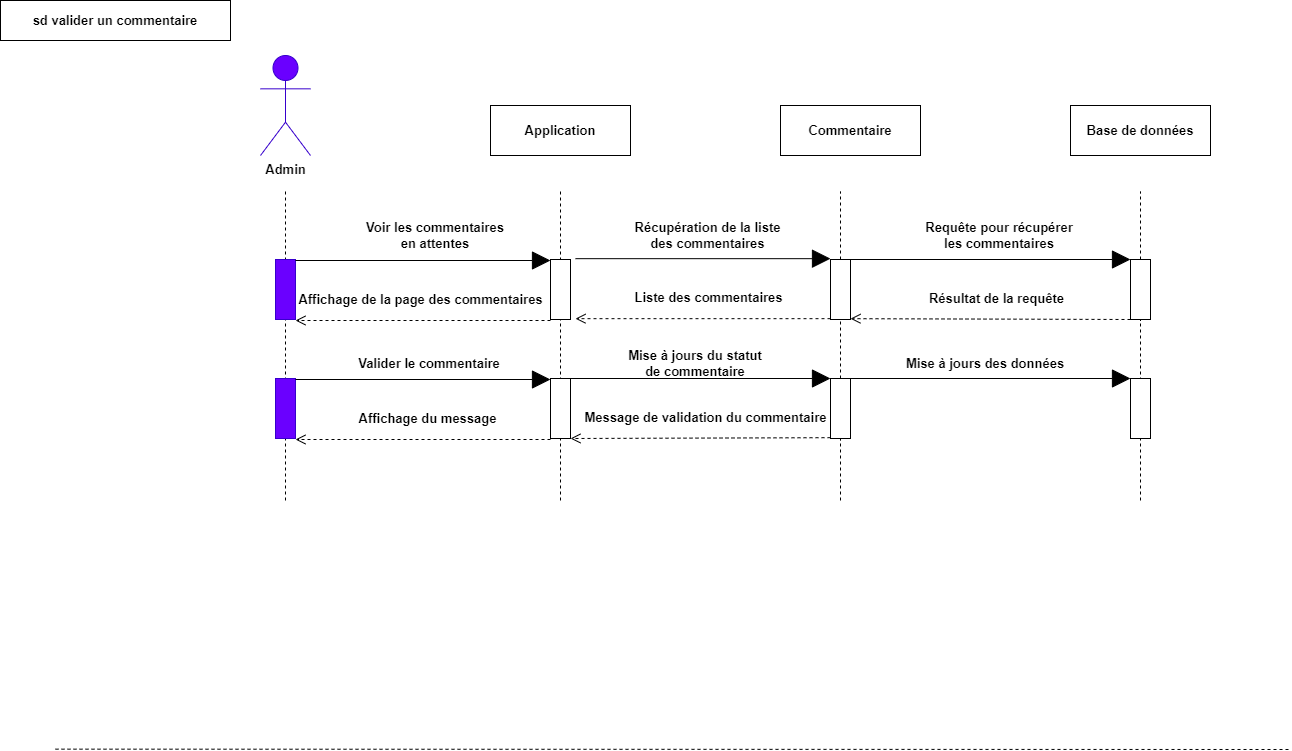
maxADev/Blog keeps this draw.io diagram as Diagrammes UML/Diagramme de sequence valider un commentaire.png. Above is the earlier version. Source tidied: cells renumbered, new cells last; positions are measured from the earlier drawing's top-left corner, leaving out a move shared by most shapes.
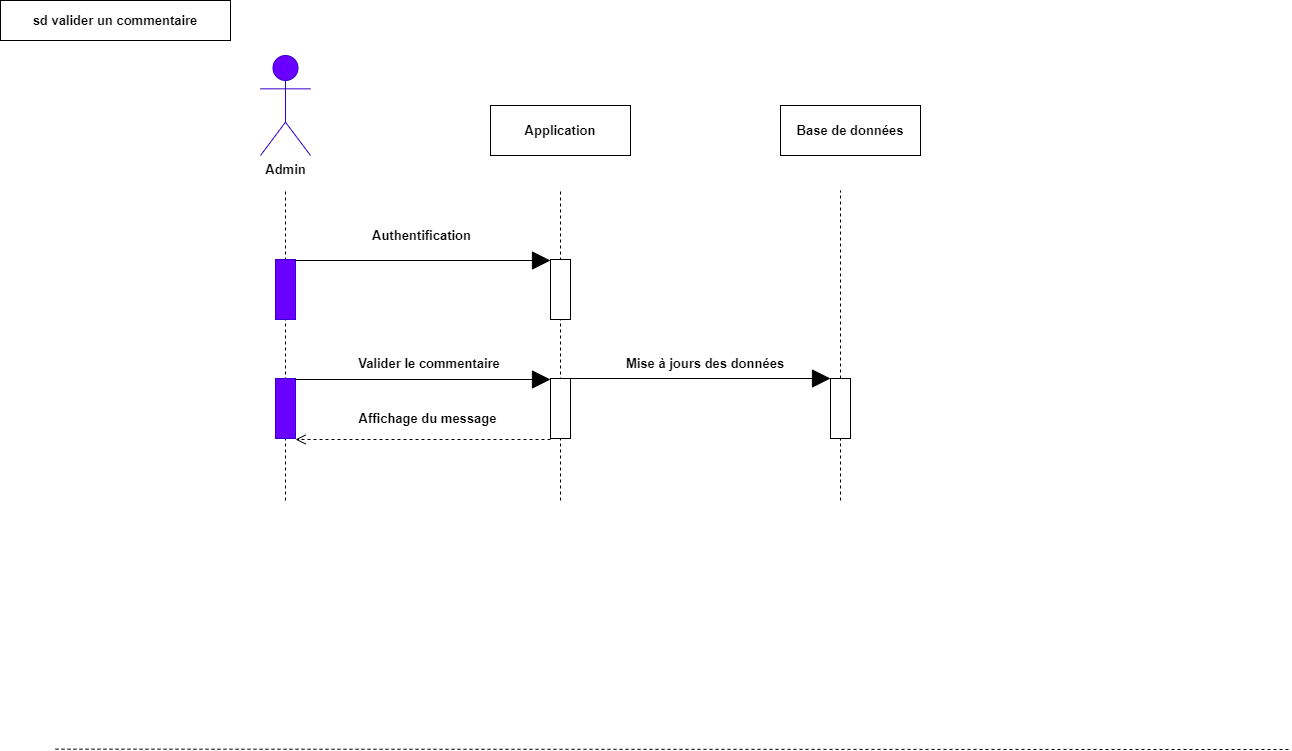
Later version of the same file.

What changed in the source:
```diff
@@ -2,21 +2,6 @@
   <root>
     <mxCell id="0" />
     <mxCell id="1" parent="0" />
-    <mxCell id="2" style="endArrow=none;dashed=1;html=1;rounded=0;" parent="1" edge="1" target="35">
-      <mxGeometry relative="1" as="geometry">
-        <mxPoint x="1140" y="500" as="sourcePoint" />
-      </mxGeometry>
-    </mxCell>
-    <mxCell id="3" style="endArrow=none;dashed=1;html=1;rounded=0;fontSize=13;" parent="1" edge="1" source="35">
-      <mxGeometry relative="1" as="geometry">
-        <mxPoint x="1140" y="191" as="targetPoint" />
-      </mxGeometry>
-    </mxCell>
-    <mxCell id="4" style="endArrow=none;dashed=1;html=1;rounded=0;fontSize=13;" parent="1" edge="1" source="31">
-      <mxGeometry relative="1" as="geometry">
-        <mxPoint x="840" y="191" as="targetPoint" />
-      </mxGeometry>
-    </mxCell>
     <mxCell id="5" style="endArrow=none;dashed=1;html=1;rounded=0;" parent="1" edge="1">
       <mxGeometry relative="1" as="geometry">
         <mxPoint x="560" y="500" as="sourcePoint" />
@@ -41,12 +26,9 @@
     <mxCell id="10" value="Application" style="html=1;whiteSpace=wrap;fontSize=13;fontStyle=1;" parent="1" vertex="1">
       <mxGeometry x="490" y="105" width="140" height="50" as="geometry" />
     </mxCell>
-    <mxCell id="11" value="Commentaire" style="html=1;whiteSpace=wrap;fontSize=13;fontStyle=1;" parent="1" vertex="1">
+    <mxCell id="11" value="Base de données" style="html=1;whiteSpace=wrap;fontSize=13;fontStyle=1;" parent="1" vertex="1">
       <mxGeometry x="780" y="105" width="140" height="50" as="geometry" />
     </mxCell>
-    <mxCell id="12" value="Base de données" style="html=1;whiteSpace=wrap;fontSize=13;fontStyle=1;" parent="1" vertex="1">
-      <mxGeometry x="1070" y="105" width="140" height="50" as="geometry" />
-    </mxCell>
     <mxCell id="13" style="endArrow=block;endSize=16;endFill=1;html=1;rounded=0;entryX=0;entryY=0;entryDx=0;entryDy=0;fontSize=13;fontStyle=1;" parent="1" edge="1">
       <mxGeometry x="0.12" y="70" relative="1" as="geometry">
         <mxPoint x="295" y="379" as="sourcePoint" />
@@ -65,32 +47,6 @@
         <mxPoint x="295" y="439" as="targetPoint" />
       </mxGeometry>
     </mxCell>
-    <mxCell id="17" style="endArrow=block;endSize=16;endFill=1;html=1;rounded=0;entryX=0;entryY=0;entryDx=0;entryDy=0;fontSize=13;fontStyle=1;" parent="1" edge="1" target="39">
-      <mxGeometry x="0.12" y="70" relative="1" as="geometry">
-        <mxPoint x="567.5" y="378" as="sourcePoint" />
-      </mxGeometry>
-    </mxCell>
-    <mxCell id="18" value="Mise à jours du statut de commentaire" style="text;html=1;strokeColor=none;fillColor=none;align=center;verticalAlign=middle;whiteSpace=wrap;rounded=0;fontSize=13;fontStyle=1;" parent="1" vertex="1">
-      <mxGeometry x="620" y="348" width="150" height="30" as="geometry" />
-    </mxCell>
-    <mxCell id="19" style="rounded=0;whiteSpace=wrap;html=1;fontSize=13;fontStyle=1;" parent="1" vertex="1">
-      <mxGeometry x="1130" y="378" width="20" height="60" as="geometry" />
-    </mxCell>
-    <mxCell id="20" style="endArrow=block;endSize=16;endFill=1;html=1;rounded=0;entryX=0;entryY=0;entryDx=0;entryDy=0;fontSize=13;fontStyle=1;" parent="1" edge="1">
-      <mxGeometry x="0.12" y="70" relative="1" as="geometry">
-        <mxPoint x="850" y="378" as="sourcePoint" />
-        <mxPoint x="1130" y="378" as="targetPoint" />
-      </mxGeometry>
-    </mxCell>
-    <mxCell id="21" value="Mise à jours des données" style="text;html=1;strokeColor=none;fillColor=none;align=center;verticalAlign=middle;whiteSpace=wrap;rounded=0;fontSize=13;fontStyle=1;" parent="1" vertex="1">
-      <mxGeometry x="900" y="348" width="170" height="30" as="geometry" />
-    </mxCell>
-    <mxCell id="22" value="Message de validation du commentaire" style="html=1;verticalAlign=bottom;endArrow=open;dashed=1;endSize=8;curved=0;rounded=0;exitX=0;exitY=1;exitDx=0;exitDy=0;fontSize=13;fontStyle=1;entryX=1;entryY=1;entryDx=0;entryDy=0;" parent="1" edge="1">
-      <mxGeometry x="-0.04" y="-10" relative="1" as="geometry">
-        <mxPoint x="830" y="437.2" as="sourcePoint" />
-        <mxPoint x="570" y="438" as="targetPoint" />
-      </mxGeometry>
-    </mxCell>
     <mxCell id="23" style="endArrow=none;dashed=1;html=1;rounded=0;entryX=1;entryY=0.5;entryDx=0;entryDy=0;fontSize=13;fontStyle=1;" parent="1" edge="1">
       <mxGeometry relative="1" as="geometry">
         <mxPoint x="55" y="748.7" as="sourcePoint" />
@@ -100,61 +56,14 @@
     <mxCell id="24" style="rounded=0;whiteSpace=wrap;html=1;fontSize=13;fontStyle=1;fillColor=#6a00ff;fontColor=#ffffff;strokeColor=#3700CC;" parent="1" vertex="1">
       <mxGeometry x="275" y="259" width="20" height="60" as="geometry" />
     </mxCell>
-    <mxCell id="25" style="endArrow=block;endSize=16;endFill=1;html=1;rounded=0;entryX=0;entryY=0;entryDx=0;entryDy=0;fontSize=13;fontStyle=1;" parent="1" edge="1">
-      <mxGeometry x="0.12" y="70" relative="1" as="geometry">
-        <mxPoint x="295" y="260" as="sourcePoint" />
-        <mxPoint x="550" y="260" as="targetPoint" />
-      </mxGeometry>
-    </mxCell>
     <mxCell id="26" style="rounded=0;whiteSpace=wrap;html=1;fontSize=13;fontStyle=1;" parent="1" vertex="1">
       <mxGeometry x="550" y="259" width="20" height="60" as="geometry" />
     </mxCell>
-    <mxCell id="27" value="Voir les commentaires en attentes" style="text;html=1;strokeColor=none;fillColor=none;align=center;verticalAlign=middle;whiteSpace=wrap;rounded=0;fontSize=13;fontStyle=1;" parent="1" vertex="1">
-      <mxGeometry x="360" y="220" width="150" height="30" as="geometry" />
-    </mxCell>
-    <mxCell id="28" value="Affichage de la page des commentaires" style="html=1;verticalAlign=bottom;endArrow=open;dashed=1;endSize=8;curved=0;rounded=0;exitX=0;exitY=1;exitDx=0;exitDy=0;fontSize=13;fontStyle=1;entryX=1;entryY=1;entryDx=0;entryDy=0;" parent="1" edge="1">
-      <mxGeometry x="0.02" y="-10" relative="1" as="geometry">
-        <mxPoint x="550" y="320" as="sourcePoint" />
-        <mxPoint x="295" y="320" as="targetPoint" />
-      </mxGeometry>
-    </mxCell>
-    <mxCell id="29" style="endArrow=block;endSize=16;endFill=1;html=1;rounded=0;entryX=0;entryY=0;entryDx=0;entryDy=0;fontSize=13;fontStyle=1;" parent="1" edge="1">
-      <mxGeometry x="0.12" y="70" relative="1" as="geometry">
-        <mxPoint x="575" y="258.2" as="sourcePoint" />
-        <mxPoint x="830" y="258.2" as="targetPoint" />
-      </mxGeometry>
-    </mxCell>
-    <mxCell id="30" style="endArrow=none;dashed=1;html=1;rounded=0;" parent="1" edge="1" source="39" target="31">
-      <mxGeometry relative="1" as="geometry" />
+    <mxCell id="30" style="endArrow=none;dashed=1;html=1;rounded=0;" parent="1" edge="1" source="39">
+      <mxGeometry relative="1" as="geometry">
+        <mxPoint x="840" y="190" as="targetPoint" />
+      </mxGeometry>
     </mxCell>
-    <mxCell id="31" style="rounded=0;whiteSpace=wrap;html=1;fontSize=13;fontStyle=1;" parent="1" vertex="1">
-      <mxGeometry x="830" y="259" width="20" height="60" as="geometry" />
-    </mxCell>
-    <mxCell id="32" value="Récupération de la liste des commentaires" style="text;html=1;strokeColor=none;fillColor=none;align=center;verticalAlign=middle;whiteSpace=wrap;rounded=0;fontSize=13;fontStyle=1;" parent="1" vertex="1">
-      <mxGeometry x="630" y="220" width="155" height="30" as="geometry" />
-    </mxCell>
-    <mxCell id="33" style="endArrow=block;endSize=16;endFill=1;html=1;rounded=0;entryX=0;entryY=0;entryDx=0;entryDy=0;fontSize=13;fontStyle=1;" parent="1" edge="1" target="35">
-      <mxGeometry x="0.12" y="70" relative="1" as="geometry">
-        <mxPoint x="850" y="259" as="sourcePoint" />
-      </mxGeometry>
-    </mxCell>
-    <mxCell id="34" value="Résultat de la requête" style="html=1;verticalAlign=bottom;endArrow=open;dashed=1;endSize=8;curved=0;rounded=0;exitX=0;exitY=1;exitDx=0;exitDy=0;fontSize=13;fontStyle=1;entryX=1;entryY=1;entryDx=0;entryDy=0;" parent="1" edge="1" source="35">
-      <mxGeometry x="-0.04" y="-10" relative="1" as="geometry">
-        <mxPoint x="850" y="318.2" as="targetPoint" />
-      </mxGeometry>
-    </mxCell>
-    <mxCell id="35" style="rounded=0;whiteSpace=wrap;html=1;fontSize=13;fontStyle=1;" parent="1" vertex="1">
-      <mxGeometry x="1130" y="259" width="20" height="60" as="geometry" />
-    </mxCell>
-    <mxCell id="36" value="Requête pour récupérer les commentaires" style="text;html=1;strokeColor=none;fillColor=none;align=center;verticalAlign=middle;whiteSpace=wrap;rounded=0;fontSize=13;fontStyle=1;" parent="1" vertex="1">
-      <mxGeometry x="920" y="220" width="157.5" height="30" as="geometry" />
-    </mxCell>
-    <mxCell id="37" value="Liste des commentaires" style="html=1;verticalAlign=bottom;endArrow=open;dashed=1;endSize=8;curved=0;rounded=0;exitX=0;exitY=1;exitDx=0;exitDy=0;fontSize=13;fontStyle=1;entryX=1;entryY=1;entryDx=0;entryDy=0;" parent="1" edge="1">
-      <mxGeometry x="-0.04" y="-10" relative="1" as="geometry">
-        <mxPoint x="830" y="318.2" as="sourcePoint" />
-        <mxPoint x="575" y="318.2" as="targetPoint" />
-      </mxGeometry>
-    </mxCell>
     <mxCell id="38" style="endArrow=none;dashed=1;html=1;rounded=0;" parent="1" edge="1" target="39">
       <mxGeometry relative="1" as="geometry">
         <mxPoint x="840" y="500" as="sourcePoint" />
@@ -163,5 +72,23 @@
     <mxCell id="39" style="rounded=0;whiteSpace=wrap;html=1;fontSize=13;fontStyle=1;" parent="1" vertex="1">
       <mxGeometry x="830" y="378" width="20" height="60" as="geometry" />
     </mxCell>
+    <mxCell id="40" style="endArrow=block;endSize=16;endFill=1;html=1;rounded=0;fontSize=13;fontStyle=1;" parent="1" edge="1">
+      <mxGeometry x="0.12" y="70" relative="1" as="geometry">
+        <mxPoint x="295" y="260" as="sourcePoint" />
+        <mxPoint x="550" y="260" as="targetPoint" />
+      </mxGeometry>
+    </mxCell>
+    <mxCell id="41" value="Authentification" style="text;html=1;strokeColor=none;fillColor=none;align=center;verticalAlign=middle;whiteSpace=wrap;rounded=0;fontSize=13;fontStyle=1;" parent="1" vertex="1">
+      <mxGeometry x="340" y="220" width="162.5" height="30" as="geometry" />
+    </mxCell>
+    <mxCell id="42" style="endArrow=block;endSize=16;endFill=1;html=1;rounded=0;fontSize=13;fontStyle=1;" parent="1" edge="1">
+      <mxGeometry x="0.12" y="70" relative="1" as="geometry">
+        <mxPoint x="570" y="378" as="sourcePoint" />
+        <mxPoint x="830" y="378" as="targetPoint" />
+      </mxGeometry>
+    </mxCell>
+    <mxCell id="21" value="Mise à jours des données" style="text;html=1;strokeColor=none;fillColor=none;align=center;verticalAlign=middle;whiteSpace=wrap;rounded=0;fontSize=13;fontStyle=1;" parent="1" vertex="1">
+      <mxGeometry x="620" y="348" width="170" height="30" as="geometry" />
+    </mxCell>
   </root>
 </mxGraphModel>
```
